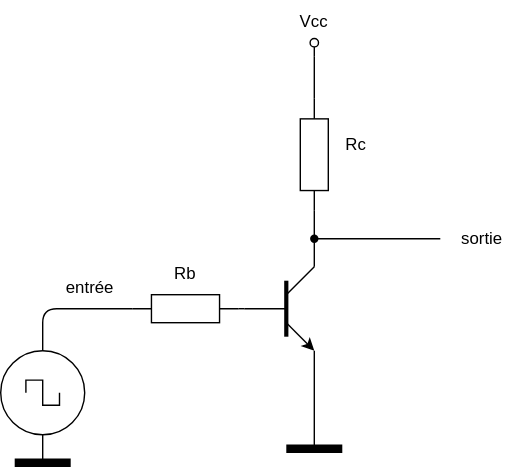
The draw.io diagram inverseur/transistor.drawio.svg in franck-decaux/tests, before a commit. Source tidied: cells renumbered, new cells last; positions are measured from the earlier drawing's top-left corner, leaving out a move shared by most shapes.
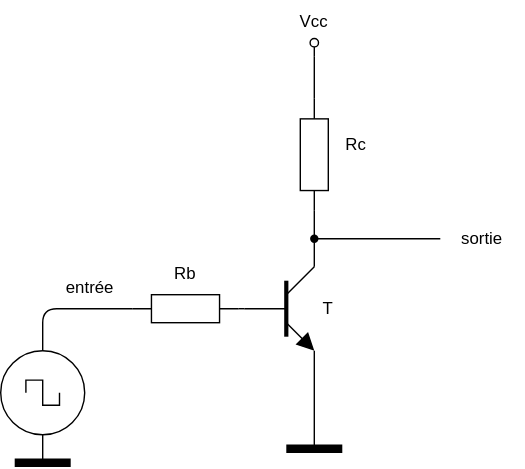
After the change.

Commit message:
modification transistor

Change to the diagram source:
```diff
@@ -63,7 +63,7 @@
         <mxPoint x="50" as="targetPoint" />
       </mxGeometry>
     </mxCell>
-    <mxCell id="15" style="endArrow=classic;html=1;" parent="11" edge="1">
+    <mxCell id="15" style="endArrow=block;html=1;targetPerimeterSpacing=0;endSize=10;endFill=1;" parent="11" edge="1">
       <mxGeometry relative="1" as="geometry">
         <mxPoint x="30" y="40" as="sourcePoint" />
         <mxPoint x="50" y="60" as="targetPoint" />
@@ -114,5 +114,8 @@
     <mxCell id="26" value="Vcc" style="text;html=1;align=center;verticalAlign=middle;whiteSpace=wrap;rounded=0;" parent="1" vertex="1">
       <mxGeometry x="194" width="60" height="30" as="geometry" />
     </mxCell>
+    <mxCell id="27" value="T" style="text;html=1;align=center;verticalAlign=middle;whiteSpace=wrap;rounded=0;" parent="1" vertex="1">
+      <mxGeometry x="204" y="205" width="60" height="30" as="geometry" />
+    </mxCell>
   </root>
 </mxGraphModel>
```
